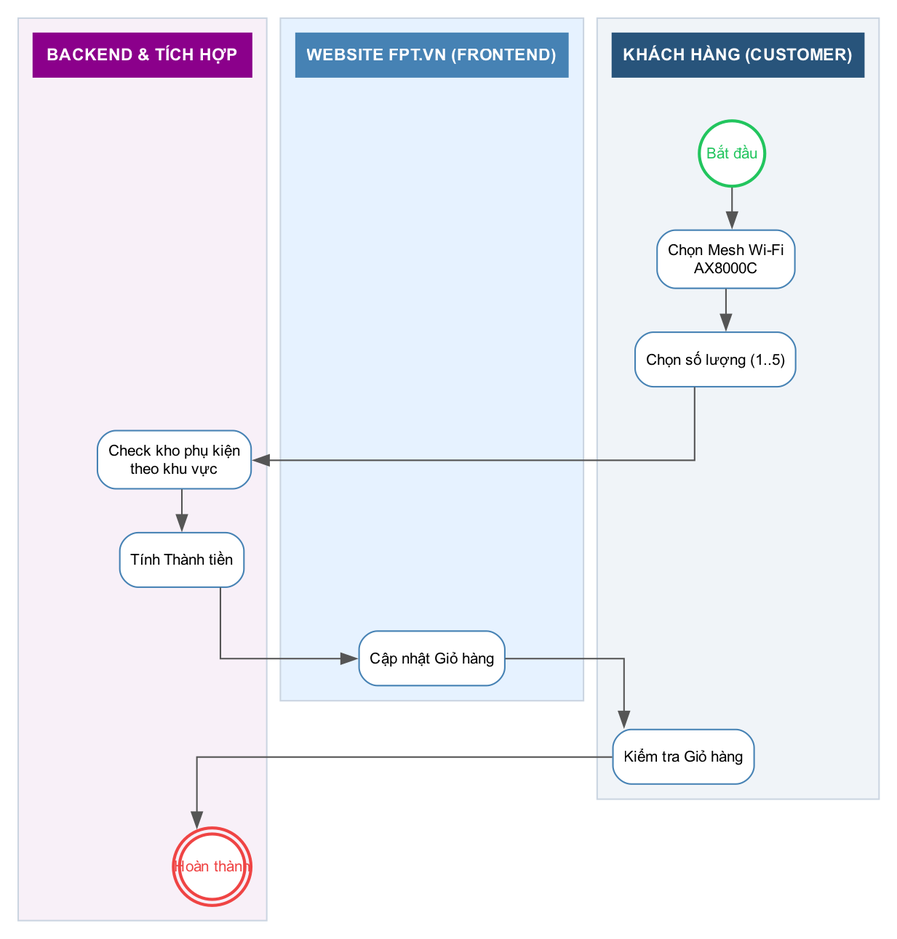
This is diagrams/bpmn_fr03_ax8000c.png from hathuy2706-BA/FPT, a Graphviz export, as it was before one commit. Its source is kept beside it as diagrams/bpmn_fr03_ax8000c.dot.
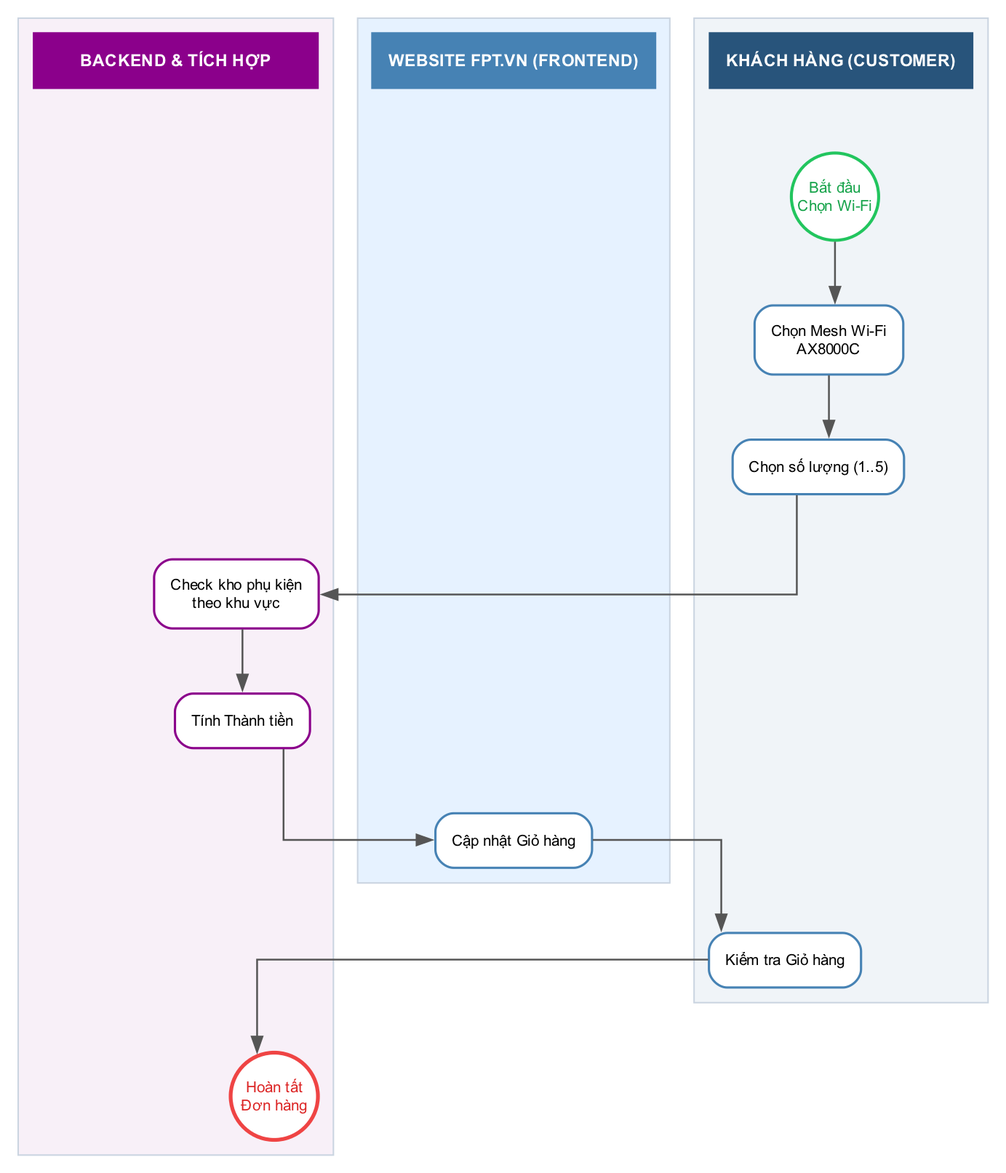
The same diagram one commit later.

Diff of the diagram source:
```diff
@@ -2,19 +2,19 @@
 
     rankdir=TB;
     splines=ortho;
-    nodesep=0.4;
-    ranksep=0.4;
+    nodesep=0.5;
+    ranksep=0.6;
     newrank=true;
     compound=true;
     fontname="Arial";
 
-    node [fontname="Arial", fontsize=10, shape=box, style="rounded,filled", fillcolor="white", color="#4682B4", penwidth=1.0, margin=0.1];
-    edge [fontname="Arial", fontsize=9, color="#555555", penwidth=1.0];
+    node [fontname="Arial", fontsize=10, shape=box, style="rounded,filled", fillcolor="white", color="#4682B4", penwidth=1.5, margin=0.15];
+    edge [fontname="Arial", fontsize=9, color="#555555", penwidth=1.2];
 
     subgraph cluster_customer {
         style=filled; color="#CBD5E1"; fillcolor="#F0F4F8"; penwidth=1; label=""; margin=10;
-        h_cust [label="KHÁCH HÀNG (CUSTOMER)", shape=box, style="filled", fillcolor="#28547B", color="#28547B", fontcolor="white", fontsize=11, fontname="Arial bold", width=2.0, height=0.4, fixedsize=false];
-        start [label="Bắt đầu", shape=circle, style="filled", fillcolor="white", color="#22C55E", fontcolor="#22C55E", penwidth=2, width=0.6, fixedsize=true];
+        h_cust [label="KHÁCH HÀNG (CUSTOMER)", shape=box, style="filled", fillcolor="#28547B", color="#28547B", fontcolor="white", fontsize=11, fontname="Arial bold", width=2.4, height=0.5, fixedsize=false];
+        start [label="Bắt đầu\nChọn Wi-Fi", shape=circle, style="filled,bold", fillcolor="white", color="#22C55E", fontcolor="#16A34A", penwidth=2, width=0.8, fixedsize=true];
         select_ap [label="Chọn Mesh Wi-Fi\nAX8000C"];
         set_qty [label="Chọn số lượng (1..5)"];
         view_cart [label="Kiểm tra Giỏ hàng"];
@@ -22,16 +22,16 @@
     }
     subgraph cluster_fe {
         style=filled; color="#CBD5E1"; fillcolor="#E6F2FF"; penwidth=1; label=""; margin=10;
-        h_fe [label="WEBSITE FPT.VN (FRONTEND)", shape=box, style="filled", fillcolor="#4682B4", color="#4682B4", fontcolor="white", fontsize=11, fontname="Arial bold", width=2.0, height=0.4, fixedsize=false];
+        h_fe [label="WEBSITE FPT.VN (FRONTEND)", shape=box, style="filled", fillcolor="#4682B4", color="#4682B4", fontcolor="white", fontsize=11, fontname="Arial bold", width=2.4, height=0.5, fixedsize=false];
         render_ap [label="Cập nhật Giỏ hàng"];
         h_fe -> render_ap [style=invis];
     }
     subgraph cluster_be {
         style=filled; color="#CBD5E1"; fillcolor="#F8F0F8"; penwidth=1; label=""; margin=10;
-        h_be [label="BACKEND & TÍCH HỢP", shape=box, style="filled", fillcolor="#8B008B", color="#8B008B", fontcolor="white", fontsize=11, fontname="Arial bold", width=2.0, height=0.4, fixedsize=false];
-        check_stock [label="Check kho phụ kiện\ntheo khu vực"];
-        calc_total [label="Tính Thành tiền"];
-        end [label="Hoàn thành", shape=doublecircle, style="filled", fillcolor="white", color="#EF4444", fontcolor="#EF4444", penwidth=2, width=0.6, fixedsize=true];
+        h_be [label="BACKEND & TÍCH HỢP", shape=box, style="filled", fillcolor="#8B008B", color="#8B008B", fontcolor="white", fontsize=11, fontname="Arial bold", width=2.6, height=0.5, fixedsize=false];
+        check_stock [label="Check kho phụ kiện\ntheo khu vực", color="#8B008B"];
+        calc_total [label="Tính Thành tiền", color="#8B008B"];
+        end [label="Hoàn tất\nĐơn hàng", shape=circle, style="filled,bold", fillcolor="white", color="#EF4444", fontcolor="#DC2626", penwidth=2.5, width=0.8, fixedsize=true];
         h_be -> check_stock [style=invis];
     }
     { rank=same; h_cust; h_fe; h_be; }
```
